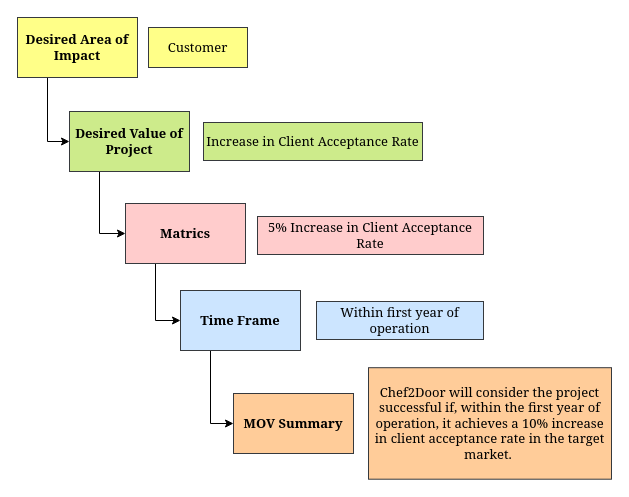
AbeSoll/Draw.io keeps this draw.io diagram as page "Page-1" (1 of 2) of Untitled Diagram.drawio. Above is the earlier version. Source tidied: cells renumbered, new cells numbered last; positions are measured from the earlier drawing's top-left corner, leaving out a move shared by most shapes. Both pictures are drawn from the tidied source at 100%, with x=0, y=0 at pixel (17, 17).
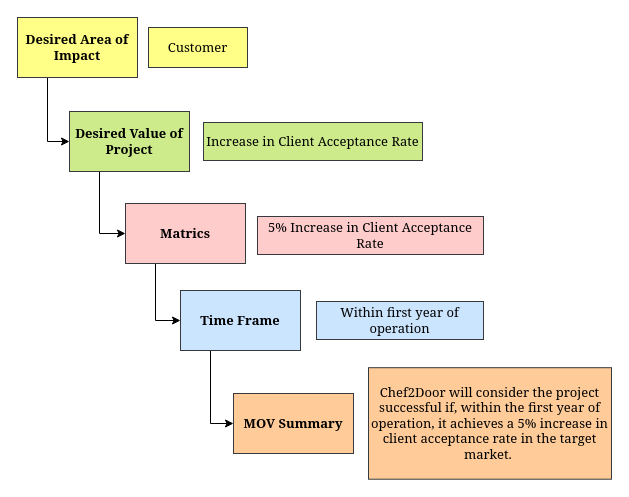
The same diagram, later.

What changed in the source:
```diff
@@
 <mxGraphModel>
   <root>
     <mxCell id="0" />
     <mxCell id="1" parent="0" />
     <mxCell id="2" value="Customer" style="rounded=0;whiteSpace=wrap;html=1;fillColor=#ffff88;strokeColor=#36393d;fontFamily=Georgia;fontSize=13;" parent="1" vertex="1">
       <mxGeometry x="131" y="10" width="99" height="40" as="geometry" />
     </mxCell>
     <mxCell id="3" value="Increase in Client Acceptance Rate" style="rounded=0;whiteSpace=wrap;html=1;fillColor=#cdeb8b;strokeColor=#36393d;fontFamily=Georgia;fontSize=13;" parent="1" vertex="1">
       <mxGeometry x="186" y="105" width="219" height="38" as="geometry" />
     </mxCell>
     <mxCell id="4" value="5% Increase in Client Acceptance Rate" style="rounded=0;whiteSpace=wrap;html=1;fillColor=#ffcccc;strokeColor=#36393d;fontFamily=Georgia;fontSize=13;" parent="1" vertex="1">
       <mxGeometry x="240" y="199" width="226" height="38" as="geometry" />
     </mxCell>
     <mxCell id="5" style="edgeStyle=orthogonalEdgeStyle;rounded=0;jettySize=auto;html=1;exitX=0.25;exitY=1;exitDx=0;exitDy=0;entryX=0;entryY=0.5;entryDx=0;entryDy=0;fontFamily=Georgia;fontSize=13;" parent="1" edge="1" source="6" target="8">
       <mxGeometry relative="1" as="geometry" />
     </mxCell>
     <mxCell id="6" value="Desired Area of Impact" style="rounded=0;whiteSpace=wrap;html=1;fillColor=#ffff88;strokeColor=#36393d;fontFamily=Georgia;fontSize=13;fontStyle=1;" parent="1" vertex="1">
       <mxGeometry width="120" height="60" as="geometry" />
     </mxCell>
     <mxCell id="7" style="edgeStyle=orthogonalEdgeStyle;rounded=0;jettySize=auto;html=1;exitX=0.25;exitY=1;exitDx=0;exitDy=0;entryX=0;entryY=0.5;entryDx=0;entryDy=0;fontFamily=Georgia;fontSize=13;" parent="1" edge="1" source="8" target="10">
       <mxGeometry relative="1" as="geometry" />
     </mxCell>
     <mxCell id="8" value="Desired Value of Project" style="rounded=0;whiteSpace=wrap;html=1;fillColor=#cdeb8b;strokeColor=#36393d;fontFamily=Georgia;fontSize=13;fontStyle=1;" parent="1" vertex="1">
       <mxGeometry x="52" y="94" width="120" height="60" as="geometry" />
     </mxCell>
     <mxCell id="9" style="edgeStyle=orthogonalEdgeStyle;rounded=0;jettySize=auto;html=1;exitX=0.25;exitY=1;exitDx=0;exitDy=0;entryX=0;entryY=0.5;entryDx=0;entryDy=0;fontFamily=Georgia;fontSize=13;" parent="1" edge="1" source="10" target="12">
       <mxGeometry relative="1" as="geometry" />
     </mxCell>
     <mxCell id="10" value="Matrics" style="rounded=0;whiteSpace=wrap;html=1;fillColor=#ffcccc;strokeColor=#36393d;fontFamily=Georgia;fontSize=13;fontStyle=1;" parent="1" vertex="1">
       <mxGeometry x="108" y="186" width="120" height="60" as="geometry" />
     </mxCell>
     <mxCell id="11" style="edgeStyle=orthogonalEdgeStyle;rounded=0;jettySize=auto;html=1;exitX=0.25;exitY=1;exitDx=0;exitDy=0;entryX=0;entryY=0.5;entryDx=0;entryDy=0;fontFamily=Georgia;fontSize=13;" parent="1" edge="1" source="12" target="14">
       <mxGeometry relative="1" as="geometry" />
     </mxCell>
     <mxCell id="12" value="Time Frame" style="rounded=0;whiteSpace=wrap;html=1;fillColor=#cce5ff;strokeColor=#36393d;fontFamily=Georgia;fontSize=13;fontStyle=1;" parent="1" vertex="1">
       <mxGeometry x="163" y="273" width="120" height="60" as="geometry" />
     </mxCell>
     <mxCell id="13" value="Within first year of operation" style="rounded=0;whiteSpace=wrap;html=1;fillColor=#cce5ff;strokeColor=#36393d;fontFamily=Georgia;fontSize=13;" parent="1" vertex="1">
       <mxGeometry x="299" y="284" width="167" height="38" as="geometry" />
     </mxCell>
     <mxCell id="14" value="MOV Summary" style="rounded=0;whiteSpace=wrap;html=1;fillColor=#ffcc99;strokeColor=#36393d;fontFamily=Georgia;fontSize=13;fontStyle=1;" parent="1" vertex="1">
       <mxGeometry x="216" y="376" width="120" height="60" as="geometry" />
     </mxCell>
-    <mxCell id="15" value="&lt;div style=&quot;font-size: 13px;&quot;&gt;&lt;span style=&quot;background-color: initial; font-size: 13px;&quot;&gt;Chef2Door will consider the project successful if, within the first year of operation, it achieves a 10% increase in client acceptance rate in the target market.&amp;nbsp;&lt;/span&gt;&lt;/div&gt;" style="rounded=0;html=1;align=center;labelBorderColor=none;spacingBottom=0;spacingTop=0;whiteSpace=wrap;fillColor=#ffcc99;strokeColor=#36393d;fontFamily=Georgia;fontSize=13;" parent="1" vertex="1">
+    <mxCell id="15" value="&lt;div style=&quot;font-size: 13px;&quot;&gt;&lt;span style=&quot;background-color: initial; font-size: 13px;&quot;&gt;Chef2Door will consider the project successful if, within the first year of operation, it achieves a 5% increase in client acceptance rate in the target market.&amp;nbsp;&lt;/span&gt;&lt;/div&gt;" style="rounded=0;html=1;align=center;labelBorderColor=none;spacingBottom=0;spacingTop=0;whiteSpace=wrap;fillColor=#ffcc99;strokeColor=#36393d;fontFamily=Georgia;fontSize=13;" parent="1" vertex="1">
       <mxGeometry x="351" y="350.2" width="243" height="111.5" as="geometry" />
     </mxCell>
   </root>
 </mxGraphModel>
```
